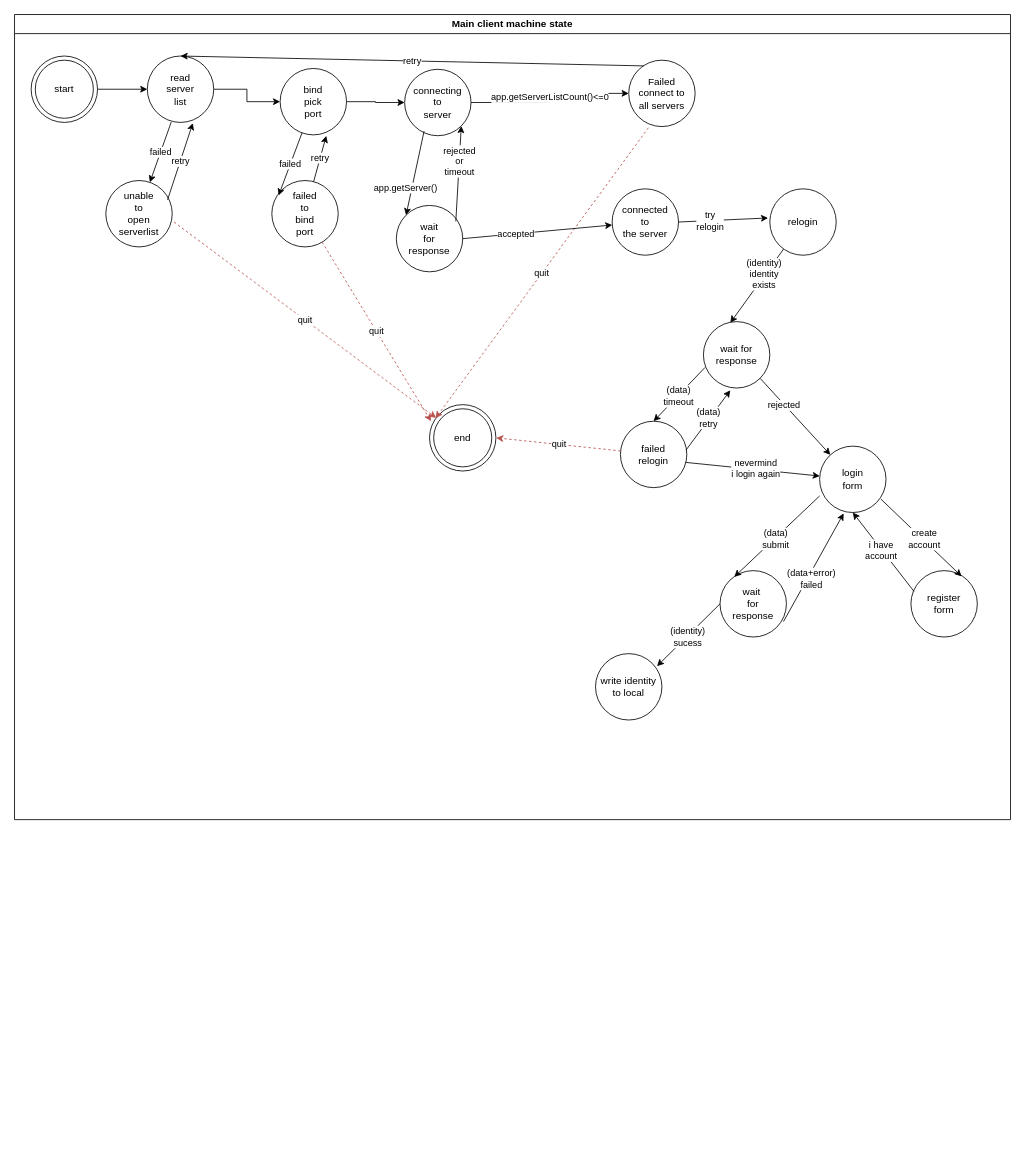
Earlier version of the draw.io diagram docs/machine-state/main-client/main-client-machine-states.drawio (turnaduw/fluffyMultiplayer). Source tidied: cells renumbered, new cells numbered last; positions are measured from the earlier drawing's top-left corner, leaving out a move shared by most shapes. Both pictures are drawn from the tidied source at 83%, with x=0, y=0 at pixel (14, 14).
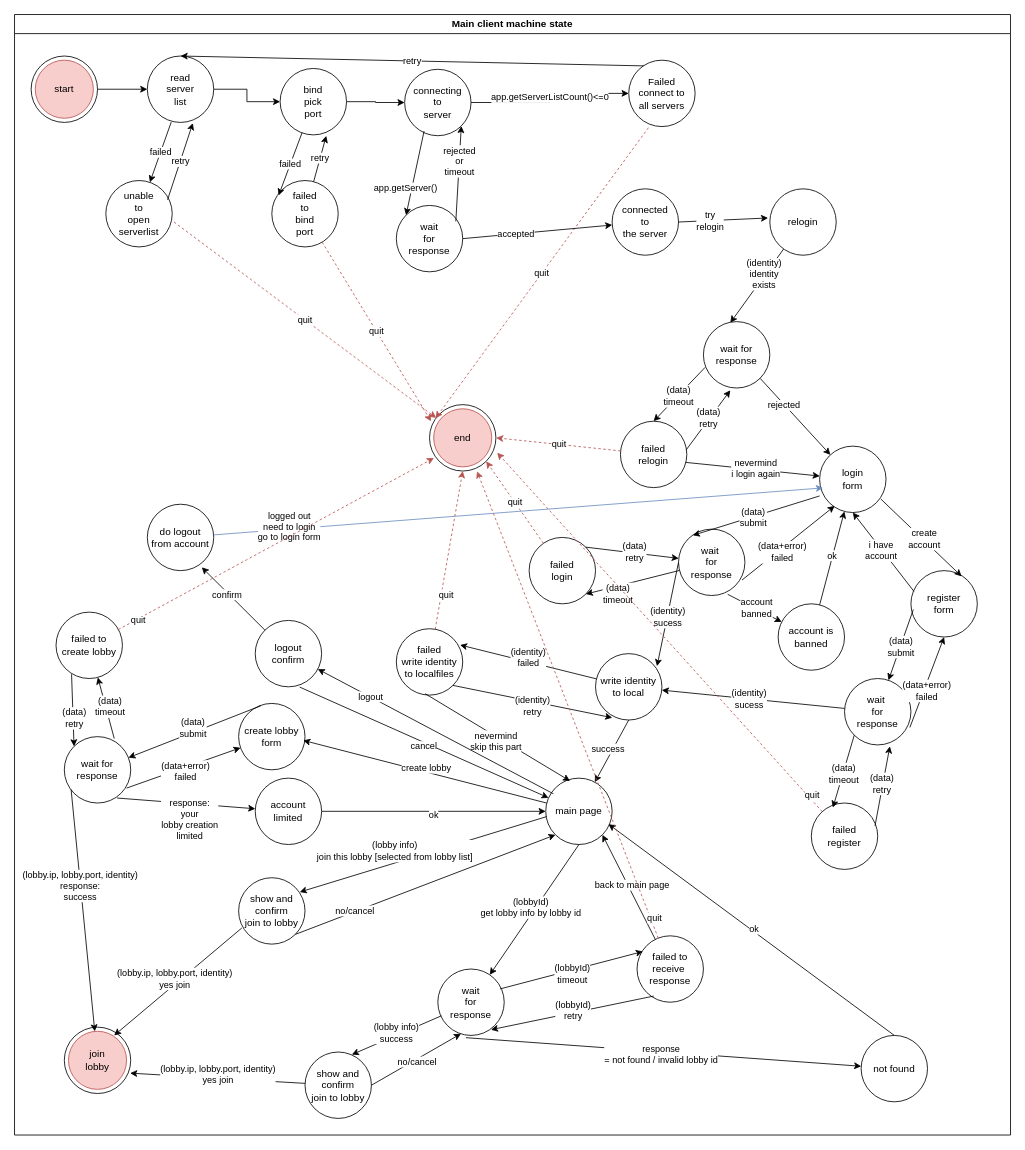
Above is the later version.

Commit message (it also covers changes not shown here):
doc main-client machine state updated.

The change refers to these unchanged cells:
```xml
<mxCell id="9" style="ellipse;whiteSpace=wrap;html=1;" parent="2" vertex="1">
  <mxGeometry x="500" y="470" width="80" height="80" as="geometry" />
</mxCell>
<mxCell id="34" value="login&lt;br&gt;form" style="ellipse;whiteSpace=wrap;html=1;" parent="2" vertex="1">
  <mxGeometry x="970" y="520" width="80" height="80" as="geometry" />
</mxCell>
<mxCell id="41" value="register&lt;br&gt;form" style="ellipse;whiteSpace=wrap;html=1;" parent="2" vertex="1">
  <mxGeometry x="1080" y="670" width="80" height="80" as="geometry" />
</mxCell>
<mxCell id="47" value="write identity&lt;br&gt;to local" style="ellipse;whiteSpace=wrap;html=1;" parent="2" vertex="1">
  <mxGeometry x="700" y="770" width="80" height="80" as="geometry" />
</mxCell>
```

Change to the diagram source:
```diff
@@
     <mxCell id="2" value="Main client machine state" style="swimlane;whiteSpace=wrap;html=1;" parent="1" vertex="1">
-      <mxGeometry width="1200" height="970" as="geometry" />
+      <mxGeometry width="1200" height="1350" as="geometry" />
     </mxCell>
@@
-    <mxCell id="5" value="start" style="ellipse;whiteSpace=wrap;html=1;" parent="2" vertex="1">
+    <mxCell id="5" value="start" style="ellipse;whiteSpace=wrap;html=1;fillColor=#f8cecc;strokeColor=#b85450;" parent="2" vertex="1">
       <mxGeometry x="25" y="55" width="70" height="70" as="geometry" />
     </mxCell>
@@
-    <mxCell id="10" value="end" style="ellipse;whiteSpace=wrap;html=1;" parent="2" vertex="1">
+    <mxCell id="10" value="end" style="ellipse;whiteSpace=wrap;html=1;fillColor=#f8cecc;strokeColor=#b85450;" parent="2" vertex="1">
       <mxGeometry x="505" y="475" width="70" height="70" as="geometry" />
     </mxCell>
@@
     <mxCell id="44" value="wait&amp;nbsp;&lt;br&gt;for&lt;br&gt;response" style="ellipse;whiteSpace=wrap;html=1;" parent="2" vertex="1">
-      <mxGeometry x="850" y="670" width="80" height="80" as="geometry" />
+      <mxGeometry x="800" y="620" width="80" height="80" as="geometry" />
     </mxCell>
@@
-    <mxCell id="46" value="(data+error)&lt;br&gt;failed" style="endArrow=classic;html=1;rounded=0;exitX=0.956;exitY=0.767;exitDx=0;exitDy=0;exitPerimeter=0;entryX=0.362;entryY=1.013;entryDx=0;entryDy=0;entryPerimeter=0;" parent="2" edge="1" source="44" target="34">
+    <mxCell id="46" value="(data+error)&lt;br&gt;failed" style="endArrow=classic;html=1;rounded=0;exitX=0.956;exitY=0.767;exitDx=0;exitDy=0;exitPerimeter=0;entryX=0.227;entryY=0.9;entryDx=0;entryDy=0;entryPerimeter=0;" parent="2" edge="1" source="44" target="34">
       <mxGeometry x="-0.18" y="-4" relative="1" as="geometry" />
     </mxCell>
@@
+    <mxCell id="49" value="wait&amp;nbsp;&lt;br&gt;for&lt;br&gt;response" style="ellipse;whiteSpace=wrap;html=1;" parent="2" vertex="1">
+      <mxGeometry x="1000" y="800" width="80" height="80" as="geometry" />
+    </mxCell>
+    <mxCell id="50" value="(data)&lt;br&gt;submit" style="endArrow=classic;html=1;rounded=0;exitX=0.036;exitY=0.586;exitDx=0;exitDy=0;exitPerimeter=0;" parent="2" edge="1" source="41" target="49">
+      <mxGeometry x="0.05" y="1" relative="1" as="geometry" />
+    </mxCell>
+    <mxCell id="51" value="(data+error)&lt;br&gt;failed" style="endArrow=classic;html=1;rounded=0;exitX=0.984;exitY=0.737;exitDx=0;exitDy=0;exitPerimeter=0;entryX=0.5;entryY=1;entryDx=0;entryDy=0;" parent="2" edge="1" source="49" target="41">
+      <mxGeometry x="-0.18" y="-4" relative="1" as="geometry" />
+    </mxCell>
+    <mxCell id="52" value="(identity)&lt;br&gt;sucess" style="endArrow=classic;html=1;rounded=0;" parent="2" edge="1" source="49" target="47">
+      <mxGeometry x="0.05" y="1" relative="1" as="geometry" />
+    </mxCell>
+    <mxCell id="53" value="failed&lt;br&gt;register" style="ellipse;whiteSpace=wrap;html=1;" parent="2" vertex="1">
+      <mxGeometry x="960" y="950" width="80" height="80" as="geometry" />
+    </mxCell>
+    <mxCell id="54" value="failed&lt;br&gt;login" style="ellipse;whiteSpace=wrap;html=1;" parent="2" vertex="1">
+      <mxGeometry x="620" y="630" width="80" height="80" as="geometry" />
+    </mxCell>
+    <mxCell id="55" value="(data)&lt;br&gt;timeout" style="endArrow=classic;html=1;rounded=0;entryX=1;entryY=1;entryDx=0;entryDy=0;" parent="2" edge="1" source="44" target="54">
+      <mxGeometry x="0.35" y="9" relative="1" as="geometry" />
+    </mxCell>
+    <mxCell id="56" value="(data)&lt;br&gt;retry" style="endArrow=classic;html=1;rounded=0;exitX=1;exitY=0;exitDx=0;exitDy=0;" parent="2" edge="1" source="54" target="44">
+      <mxGeometry x="0.05" y="1" relative="1" as="geometry" />
+    </mxCell>
+    <mxCell id="57" value="quit" style="endArrow=classic;html=1;rounded=0;fillColor=#f8cecc;strokeColor=#b85450;dashed=1;entryX=1;entryY=1;entryDx=0;entryDy=0;" parent="2" edge="1" source="54" target="9">
+      <mxGeometry relative="1" as="geometry" />
+    </mxCell>
+    <mxCell id="58" value="(data)&lt;br&gt;timeout" style="endArrow=classic;html=1;rounded=0;exitX=0;exitY=1;exitDx=0;exitDy=0;entryX=0.325;entryY=0.069;entryDx=0;entryDy=0;entryPerimeter=0;" parent="2" edge="1" source="49" target="53">
+      <mxGeometry x="0.05" y="1" relative="1" as="geometry" />
+    </mxCell>
+    <mxCell id="59" value="(data)&lt;br&gt;retry" style="endArrow=classic;html=1;rounded=0;entryX=0.683;entryY=1.021;entryDx=0;entryDy=0;entryPerimeter=0;exitX=0.959;exitY=0.344;exitDx=0;exitDy=0;exitPerimeter=0;" parent="2" edge="1" source="53" target="49">
+      <mxGeometry x="0.05" y="1" relative="1" as="geometry" />
+    </mxCell>
+    <mxCell id="60" value="quit" style="endArrow=classic;html=1;rounded=0;fillColor=#f8cecc;strokeColor=#b85450;dashed=1;entryX=1.019;entryY=0.724;entryDx=0;entryDy=0;entryPerimeter=0;" parent="2" edge="1" source="53" target="9">
+      <mxGeometry x="-0.92" y="-4" relative="1" as="geometry" />
+    </mxCell>
+    <mxCell id="61" value="failed&lt;br&gt;write identity&lt;br&gt;to localfiles" style="ellipse;whiteSpace=wrap;html=1;" parent="2" vertex="1">
+      <mxGeometry x="460" y="740" width="80" height="80" as="geometry" />
+    </mxCell>
+    <mxCell id="62" value="(identity)&lt;br&gt;failed" style="endArrow=classic;html=1;rounded=0;entryX=0.959;entryY=0.245;entryDx=0;entryDy=0;entryPerimeter=0;" parent="2" edge="1" source="47" target="61">
+      <mxGeometry x="0.01" y="-5" relative="1" as="geometry" />
+    </mxCell>
+    <mxCell id="63" value="(identity)&lt;br&gt;retry" style="endArrow=classic;html=1;rounded=0;entryX=0.252;entryY=0.965;entryDx=0;entryDy=0;entryPerimeter=0;exitX=1;exitY=1;exitDx=0;exitDy=0;" parent="2" edge="1" source="61" target="47">
+      <mxGeometry x="0.01" y="-5" relative="1" as="geometry" />
+    </mxCell>
+    <mxCell id="64" value="main page" style="ellipse;whiteSpace=wrap;html=1;" parent="2" vertex="1">
+      <mxGeometry x="640" y="920" width="80" height="80" as="geometry" />
+    </mxCell>
+    <mxCell id="65" value="nevermind&lt;br&gt;skip this part" style="endArrow=classic;html=1;rounded=0;exitX=0.433;exitY=0.978;exitDx=0;exitDy=0;exitPerimeter=0;entryX=0.366;entryY=0.043;entryDx=0;entryDy=0;entryPerimeter=0;" parent="2" edge="1" source="61" target="64">
+      <mxGeometry x="0.01" y="-5" relative="1" as="geometry" />
+    </mxCell>
+    <mxCell id="66" value="success" style="endArrow=classic;html=1;rounded=0;exitX=0.5;exitY=1;exitDx=0;exitDy=0;" parent="2" edge="1" source="47" target="64">
+      <mxGeometry x="0.01" y="-5" relative="1" as="geometry" />
+    </mxCell>
+    <mxCell id="67" value="logout&lt;br&gt;confirm" style="ellipse;whiteSpace=wrap;html=1;" parent="2" vertex="1">
+      <mxGeometry x="290" y="730" width="80" height="80" as="geometry" />
+    </mxCell>
+    <mxCell id="68" value="do logout&lt;br&gt;from account" style="ellipse;whiteSpace=wrap;html=1;" parent="2" vertex="1">
+      <mxGeometry x="160" y="590" width="80" height="80" as="geometry" />
+    </mxCell>
+    <mxCell id="69" value="logout" style="endArrow=classic;html=1;rounded=0;exitX=0.116;exitY=0.236;exitDx=0;exitDy=0;exitPerimeter=0;" parent="2" edge="1" source="64" target="67">
+      <mxGeometry x="0.55" relative="1" as="geometry" />
+    </mxCell>
+    <mxCell id="70" value="cancel" style="endArrow=classic;html=1;rounded=0;exitX=0.67;exitY=1.004;exitDx=0;exitDy=0;exitPerimeter=0;" parent="2" edge="1" source="67" target="64">
+      <mxGeometry x="0.01" y="-5" relative="1" as="geometry" />
+    </mxCell>
+    <mxCell id="71" value="confirm" style="endArrow=classic;html=1;rounded=0;entryX=0.82;entryY=0.95;entryDx=0;entryDy=0;entryPerimeter=0;" parent="2" edge="1" source="67" target="68">
+      <mxGeometry x="0.15" y="2" relative="1" as="geometry" />
+    </mxCell>
+    <mxCell id="72" value="logged out&lt;br&gt;need to login&lt;br&gt;go to login form" style="endArrow=classic;html=1;rounded=0;entryX=0.052;entryY=0.629;entryDx=0;entryDy=0;entryPerimeter=0;fillColor=#dae8fc;strokeColor=#6c8ebf;" parent="2" edge="1" source="68" target="34">
+      <mxGeometry x="-0.75" y="3" relative="1" as="geometry" />
+    </mxCell>
+    <mxCell id="73" value="quit" style="endArrow=classic;html=1;rounded=0;fillColor=#f8cecc;strokeColor=#b85450;dashed=1;entryX=0.5;entryY=1;entryDx=0;entryDy=0;" parent="2" edge="1" source="61" target="9">
+      <mxGeometry x="-0.56" y="-6" relative="1" as="geometry" />
+    </mxCell>
+    <mxCell id="74" style="ellipse;whiteSpace=wrap;html=1;" parent="2" vertex="1">
+      <mxGeometry x="60" y="1220" width="80" height="80" as="geometry" />
+    </mxCell>
+    <mxCell id="75" value="join&lt;br&gt;lobby" style="ellipse;whiteSpace=wrap;html=1;fillColor=#f8cecc;strokeColor=#b85450;" parent="2" vertex="1">
+      <mxGeometry x="65" y="1225" width="70" height="70" as="geometry" />
+    </mxCell>
+    <mxCell id="76" value="(lobby info)&lt;br&gt;join this lobby [selected from lobby list]" style="endArrow=classic;html=1;rounded=0;exitX=0.016;exitY=0.579;exitDx=0;exitDy=0;entryX=0.92;entryY=0.216;entryDx=0;entryDy=0;entryPerimeter=0;exitPerimeter=0;" parent="2" edge="1" source="64" target="99">
+      <mxGeometry x="0.2" y="-14" relative="1" as="geometry" />
+    </mxCell>
+    <mxCell id="77" value="wait&lt;br&gt;for&lt;br&gt;response" style="ellipse;whiteSpace=wrap;html=1;" parent="2" vertex="1">
+      <mxGeometry x="510" y="1150" width="80" height="80" as="geometry" />
+    </mxCell>
+    <mxCell id="78" value="(lobbyId)&lt;br&gt;get lobby info by lobby id" style="endArrow=classic;html=1;rounded=0;exitX=0.5;exitY=1;exitDx=0;exitDy=0;" parent="2" edge="1" source="64" target="77">
+      <mxGeometry y="-5" relative="1" as="geometry" />
+    </mxCell>
+    <mxCell id="79" value="(lobby.ip, lobby.port, identity)&lt;br&gt;yes join" style="endArrow=classic;html=1;rounded=0;entryX=0.991;entryY=0.693;entryDx=0;entryDy=0;entryPerimeter=0;" parent="2" edge="1" source="96" target="74">
+      <mxGeometry y="-5" relative="1" as="geometry" />
+    </mxCell>
+    <mxCell id="80" value="failed to&lt;br&gt;receive&amp;nbsp;&lt;br&gt;response" style="ellipse;whiteSpace=wrap;html=1;" parent="2" vertex="1">
+      <mxGeometry x="750" y="1110" width="80" height="80" as="geometry" />
+    </mxCell>
+    <mxCell id="81" value="(lobbyId)&lt;br&gt;timeout" style="endArrow=classic;html=1;rounded=0;exitX=0.936;exitY=0.3;exitDx=0;exitDy=0;exitPerimeter=0;entryX=0.088;entryY=0.236;entryDx=0;entryDy=0;entryPerimeter=0;" parent="2" edge="1" source="77" target="80">
+      <mxGeometry y="-5" relative="1" as="geometry" />
+    </mxCell>
+    <mxCell id="82" value="(lobbyId)&lt;br&gt;retry" style="endArrow=classic;html=1;rounded=0;exitX=0.252;exitY=0.907;exitDx=0;exitDy=0;exitPerimeter=0;entryX=0.8;entryY=0.914;entryDx=0;entryDy=0;entryPerimeter=0;" parent="2" edge="1" source="80" target="77">
+      <mxGeometry x="-0.01" y="-3" relative="1" as="geometry" />
+    </mxCell>
+    <mxCell id="83" value="back to main page" style="endArrow=classic;html=1;rounded=0;entryX=1;entryY=1;entryDx=0;entryDy=0;" parent="2" edge="1" source="80" target="64">
+      <mxGeometry y="-5" relative="1" as="geometry" />
+    </mxCell>
+    <mxCell id="84" value="not found" style="ellipse;whiteSpace=wrap;html=1;" parent="2" vertex="1">
+      <mxGeometry x="1020" y="1230" width="80" height="80" as="geometry" />
+    </mxCell>
+    <mxCell id="85" value="response&lt;br&gt;= not found / invalid lobby id" style="endArrow=classic;html=1;rounded=0;exitX=0.423;exitY=1.034;exitDx=0;exitDy=0;exitPerimeter=0;" parent="2" edge="1" source="77" target="84">
+      <mxGeometry x="-0.01" y="-3" relative="1" as="geometry" />
+    </mxCell>
+    <mxCell id="86" value="ok" style="endArrow=classic;html=1;rounded=0;exitX=0.5;exitY=0;exitDx=0;exitDy=0;entryX=0.945;entryY=0.693;entryDx=0;entryDy=0;entryPerimeter=0;" parent="2" edge="1" source="84" target="64">
+      <mxGeometry x="-0.01" y="-3" relative="1" as="geometry" />
+    </mxCell>
+    <mxCell id="87" value="create lobby&lt;br&gt;form" style="ellipse;whiteSpace=wrap;html=1;" parent="2" vertex="1">
+      <mxGeometry x="270" y="830" width="80" height="80" as="geometry" />
+    </mxCell>
+    <mxCell id="88" value="create lobby" style="endArrow=classic;html=1;rounded=0;entryX=0.973;entryY=0.557;entryDx=0;entryDy=0;entryPerimeter=0;" parent="2" edge="1" source="64" target="87">
+      <mxGeometry y="-5" relative="1" as="geometry" />
+    </mxCell>
+    <mxCell id="89" value="wait for response" style="ellipse;whiteSpace=wrap;html=1;" parent="2" vertex="1">
+      <mxGeometry x="60" y="870" width="80" height="80" as="geometry" />
+    </mxCell>
+    <mxCell id="90" value="(data)&lt;br&gt;submit" style="endArrow=classic;html=1;rounded=0;exitX=0.334;exitY=0.036;exitDx=0;exitDy=0;exitPerimeter=0;" parent="2" edge="1" source="87" target="89">
+      <mxGeometry y="-5" relative="1" as="geometry" />
+    </mxCell>
+    <mxCell id="91" value="failed to create lobby" style="ellipse;whiteSpace=wrap;html=1;" parent="2" vertex="1">
+      <mxGeometry x="50" y="720" width="80" height="80" as="geometry" />
+    </mxCell>
+    <mxCell id="92" value="(data)&lt;br&gt;timeout" style="endArrow=classic;html=1;rounded=0;exitX=0.752;exitY=0.029;exitDx=0;exitDy=0;exitPerimeter=0;" parent="2" edge="1" source="89" target="91">
+      <mxGeometry y="-5" relative="1" as="geometry" />
+    </mxCell>
+    <mxCell id="93" value="(data)&lt;br&gt;retry" style="endArrow=classic;html=1;rounded=0;exitX=0.234;exitY=0.936;exitDx=0;exitDy=0;exitPerimeter=0;entryX=0;entryY=0;entryDx=0;entryDy=0;" parent="2" edge="1" source="91" target="89">
+      <mxGeometry x="0.23" y="1" relative="1" as="geometry" />
+    </mxCell>
+    <mxCell id="94" value="quit" style="endArrow=classic;html=1;rounded=0;fillColor=#f8cecc;strokeColor=#b85450;dashed=1;entryX=0.066;entryY=0.804;entryDx=0;entryDy=0;entryPerimeter=0;" parent="2" edge="1" source="91" target="9">
+      <mxGeometry x="-0.88" y="-2" relative="1" as="geometry" />
+    </mxCell>
+    <mxCell id="95" value="quit" style="endArrow=classic;html=1;rounded=0;fillColor=#f8cecc;strokeColor=#b85450;dashed=1;entryX=0.716;entryY=1.004;entryDx=0;entryDy=0;entryPerimeter=0;" parent="2" edge="1" source="80" target="9">
+      <mxGeometry x="-0.92" y="-4" relative="1" as="geometry" />
+    </mxCell>
+    <mxCell id="96" value="show and&lt;br&gt;confirm&lt;br&gt;join to lobby" style="ellipse;whiteSpace=wrap;html=1;" parent="2" vertex="1">
+      <mxGeometry x="350" y="1250" width="80" height="80" as="geometry" />
+    </mxCell>
+    <mxCell id="97" value="(lobby info)&lt;br&gt;success" style="endArrow=classic;html=1;rounded=0;exitX=0.055;exitY=0.704;exitDx=0;exitDy=0;exitPerimeter=0;entryX=0.705;entryY=0.039;entryDx=0;entryDy=0;entryPerimeter=0;" parent="2" edge="1" source="77" target="96">
+      <mxGeometry x="-0.01" y="-3" relative="1" as="geometry" />
+    </mxCell>
+    <mxCell id="98" value="no/cancel" style="endArrow=classic;html=1;rounded=0;entryX=0.348;entryY=0.975;entryDx=0;entryDy=0;entryPerimeter=0;" parent="2" edge="1" target="77">
+      <mxGeometry x="-0.01" y="-3" relative="1" as="geometry">
+        <mxPoint x="430" y="1290" as="sourcePoint" />
+      </mxGeometry>
+    </mxCell>
+    <mxCell id="99" value="show and&lt;br&gt;confirm&lt;br&gt;join to lobby" style="ellipse;whiteSpace=wrap;html=1;" parent="2" vertex="1">
+      <mxGeometry x="270" y="1040" width="80" height="80" as="geometry" />
+    </mxCell>
+    <mxCell id="100" value="(lobby.ip, lobby.port, identity)&lt;br&gt;yes join" style="endArrow=classic;html=1;rounded=0;entryX=0.75;entryY=0.125;entryDx=0;entryDy=0;entryPerimeter=0;exitX=0.048;exitY=0.757;exitDx=0;exitDy=0;exitPerimeter=0;" parent="2" edge="1" source="99" target="74">
+      <mxGeometry y="-5" relative="1" as="geometry" />
+    </mxCell>
+    <mxCell id="101" value="no/cancel" style="endArrow=classic;html=1;rounded=0;exitX=1;exitY=1;exitDx=0;exitDy=0;entryX=0;entryY=1;entryDx=0;entryDy=0;" parent="2" edge="1" source="99" target="64">
+      <mxGeometry x="-0.54" y="1" relative="1" as="geometry" />
+    </mxCell>
+    <mxCell id="102" value="(lobby.ip, lobby.port, identity)&lt;br&gt;response:&lt;br&gt;success" style="endArrow=classic;html=1;rounded=0;exitX=0.102;exitY=0.796;exitDx=0;exitDy=0;exitPerimeter=0;" parent="2" edge="1" source="89" target="75">
+      <mxGeometry x="-0.2" y="-1" relative="1" as="geometry" />
+    </mxCell>
+    <mxCell id="103" value="(data+error)&lt;br&gt;failed" style="endArrow=classic;html=1;rounded=0;exitX=0.938;exitY=0.775;exitDx=0;exitDy=0;exitPerimeter=0;" parent="2" edge="1" source="89" target="87">
+      <mxGeometry y="-5" relative="1" as="geometry" />
+    </mxCell>
+    <mxCell id="104" value="ok" style="endArrow=classic;html=1;rounded=0;" parent="2" edge="1" source="108">
+      <mxGeometry y="-5" relative="1" as="geometry">
+        <mxPoint x="640" y="960" as="targetPoint" />
+      </mxGeometry>
+    </mxCell>
+    <mxCell id="105" value="account is banned" style="ellipse;whiteSpace=wrap;html=1;" parent="2" vertex="1">
+      <mxGeometry x="920" y="710" width="80" height="80" as="geometry" />
+    </mxCell>
+    <mxCell id="106" value="account&lt;br&gt;banned" style="endArrow=classic;html=1;rounded=0;exitX=0.741;exitY=0.982;exitDx=0;exitDy=0;exitPerimeter=0;" parent="2" edge="1" source="44" target="105">
+      <mxGeometry x="0.05" y="1" relative="1" as="geometry" />
+    </mxCell>
+    <mxCell id="107" value="ok" style="endArrow=classic;html=1;rounded=0;" parent="2" edge="1" source="105" target="34">
+      <mxGeometry x="0.05" y="1" relative="1" as="geometry" />
+    </mxCell>
+    <mxCell id="108" value="account limited" style="ellipse;whiteSpace=wrap;html=1;" parent="2" vertex="1">
+      <mxGeometry x="290" y="920" width="80" height="80" as="geometry" />
+    </mxCell>
+    <mxCell id="109" value="response:&lt;br&gt;your&lt;br&gt;lobby creation&lt;br&gt;limited" style="endArrow=classic;html=1;rounded=0;exitX=0.795;exitY=0.925;exitDx=0;exitDy=0;exitPerimeter=0;" parent="2" edge="1" source="89" target="108">
+      <mxGeometry x="0.06" y="-19" relative="1" as="geometry" />
+    </mxCell>
```
